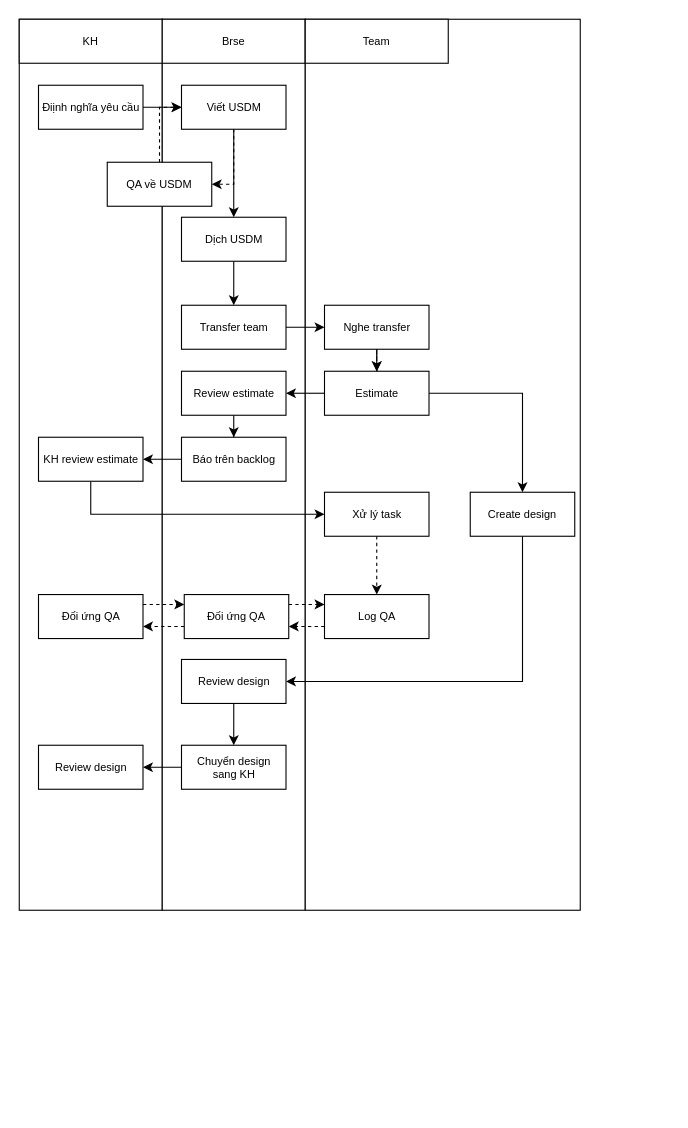
The draw.io diagram page "Task" (2 of 2) of UML_drawer/flow.drawio in namnguyen5902/UML_drawer, before the edit. Source tidied: cells renumbered, new cells numbered last; positions are measured from the earlier drawing's top-left corner, leaving out a move shared by most shapes. Both pictures are drawn from the tidied source at 110%, with x=0, y=0 at pixel (19, 19).
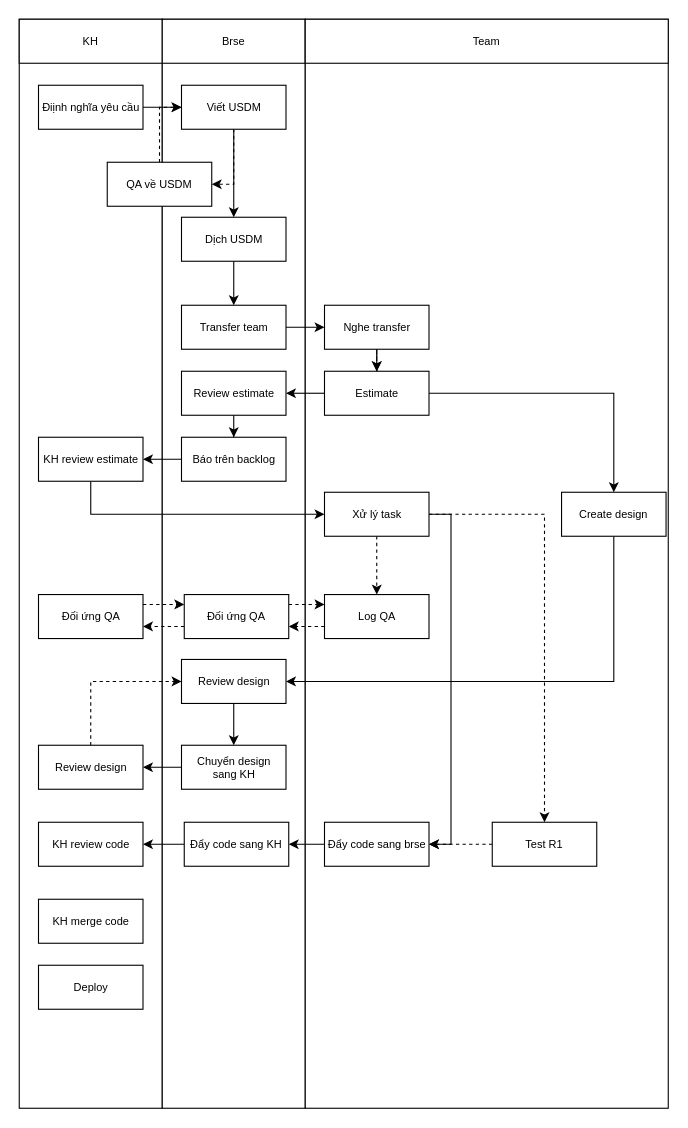
The same diagram, later.

Unchanged cells that the change refers to:
```xml
<mxCell id="35" value="Review design" style="rounded=0;whiteSpace=wrap;html=1;fontSize=10;" parent="1" vertex="1">
  <mxGeometry x="147.5" y="582" width="95" height="40" as="geometry" />
</mxCell>
<mxCell id="47" value="Xử lý task" style="rounded=0;whiteSpace=wrap;html=1;fontSize=10;" parent="1" vertex="1">
  <mxGeometry x="277.5" y="430" width="95" height="40" as="geometry" />
</mxCell>
<mxCell id="48" value="Review design" style="rounded=0;whiteSpace=wrap;html=1;fontSize=10;" parent="1" vertex="1">
  <mxGeometry x="17.5" y="660" width="95" height="40" as="geometry" />
</mxCell>
```

Diff of the diagram source:
```diff
@@
     <mxCell id="2" style="rounded=0;whiteSpace=wrap;html=1;fontSize=10;" parent="1" vertex="1">
-      <mxGeometry width="130" height="810" as="geometry" />
+      <mxGeometry width="130" height="990" as="geometry" />
     </mxCell>
     <mxCell id="3" style="rounded=0;whiteSpace=wrap;html=1;fontSize=10;" parent="1" vertex="1">
-      <mxGeometry x="130" width="130" height="810" as="geometry" />
+      <mxGeometry x="130" width="130" height="990" as="geometry" />
     </mxCell>
@@
     <mxCell id="6" style="rounded=0;whiteSpace=wrap;html=1;fontSize=10;" parent="1" vertex="1">
-      <mxGeometry x="260" width="250" height="810" as="geometry" />
+      <mxGeometry x="260" width="330" height="990" as="geometry" />
     </mxCell>
     <mxCell id="7" value="Team" style="rounded=0;whiteSpace=wrap;html=1;fontSize=10;" parent="1" vertex="1">
-      <mxGeometry x="260" width="130" height="40" as="geometry" />
+      <mxGeometry x="260" width="330" height="40" as="geometry" />
     </mxCell>
@@
     <mxCell id="33" value="Create design" style="rounded=0;whiteSpace=wrap;html=1;fontSize=10;" parent="1" vertex="1">
-      <mxGeometry x="410" y="430" width="95" height="40" as="geometry" />
+      <mxGeometry x="493" y="430" width="95" height="40" as="geometry" />
     </mxCell>
@@
+    <mxCell id="49" style="edgeStyle=orthogonalEdgeStyle;rounded=0;jettySize=auto;html=1;exitX=1;exitY=0.5;exitDx=0;exitDy=0;entryX=1;entryY=0.5;entryDx=0;entryDy=0;" parent="1" edge="1" source="47" target="53">
+      <mxGeometry relative="1" as="geometry" />
+    </mxCell>
+    <mxCell id="50" style="edgeStyle=orthogonalEdgeStyle;rounded=0;jettySize=auto;html=1;entryX=0.5;entryY=0;entryDx=0;entryDy=0;dashed=1;" parent="1" edge="1" source="47" target="55">
+      <mxGeometry relative="1" as="geometry" />
+    </mxCell>
@@
+    <mxCell id="51" style="edgeStyle=orthogonalEdgeStyle;rounded=0;jettySize=auto;html=1;entryX=0;entryY=0.5;entryDx=0;entryDy=0;exitX=0.5;exitY=0;exitDx=0;exitDy=0;dashed=1;" parent="1" edge="1" source="48" target="35">
+      <mxGeometry relative="1" as="geometry" />
+    </mxCell>
@@
+    <mxCell id="52" style="edgeStyle=orthogonalEdgeStyle;rounded=0;jettySize=auto;html=1;" parent="1" edge="1" source="53" target="57">
+      <mxGeometry relative="1" as="geometry" />
+    </mxCell>
+    <mxCell id="53" value="Đẩy code sang brse" style="rounded=0;whiteSpace=wrap;html=1;fontSize=10;" parent="1" vertex="1">
+      <mxGeometry x="277.5" y="730" width="95" height="40" as="geometry" />
+    </mxCell>
+    <mxCell id="54" style="edgeStyle=orthogonalEdgeStyle;rounded=0;jettySize=auto;html=1;dashed=1;" parent="1" edge="1" source="55" target="53">
+      <mxGeometry relative="1" as="geometry" />
+    </mxCell>
+    <mxCell id="55" value="Test R1" style="rounded=0;whiteSpace=wrap;html=1;fontSize=10;" parent="1" vertex="1">
+      <mxGeometry x="430" y="730" width="95" height="40" as="geometry" />
+    </mxCell>
+    <mxCell id="56" style="edgeStyle=orthogonalEdgeStyle;rounded=0;jettySize=auto;html=1;" parent="1" edge="1" source="57" target="58">
+      <mxGeometry relative="1" as="geometry" />
+    </mxCell>
+    <mxCell id="57" value="Đẩy code sang KH" style="rounded=0;whiteSpace=wrap;html=1;fontSize=10;" parent="1" vertex="1">
+      <mxGeometry x="150" y="730" width="95" height="40" as="geometry" />
+    </mxCell>
+    <mxCell id="58" value="KH review code" style="rounded=0;whiteSpace=wrap;html=1;fontSize=10;" parent="1" vertex="1">
+      <mxGeometry x="17.5" y="730" width="95" height="40" as="geometry" />
+    </mxCell>
+    <mxCell id="59" value="KH merge code" style="rounded=0;whiteSpace=wrap;html=1;fontSize=10;" parent="1" vertex="1">
+      <mxGeometry x="17.5" y="800" width="95" height="40" as="geometry" />
+    </mxCell>
+    <mxCell id="60" value="Deploy" style="rounded=0;whiteSpace=wrap;html=1;fontSize=10;" parent="1" vertex="1">
+      <mxGeometry x="17.5" y="860" width="95" height="40" as="geometry" />
+    </mxCell>
```
